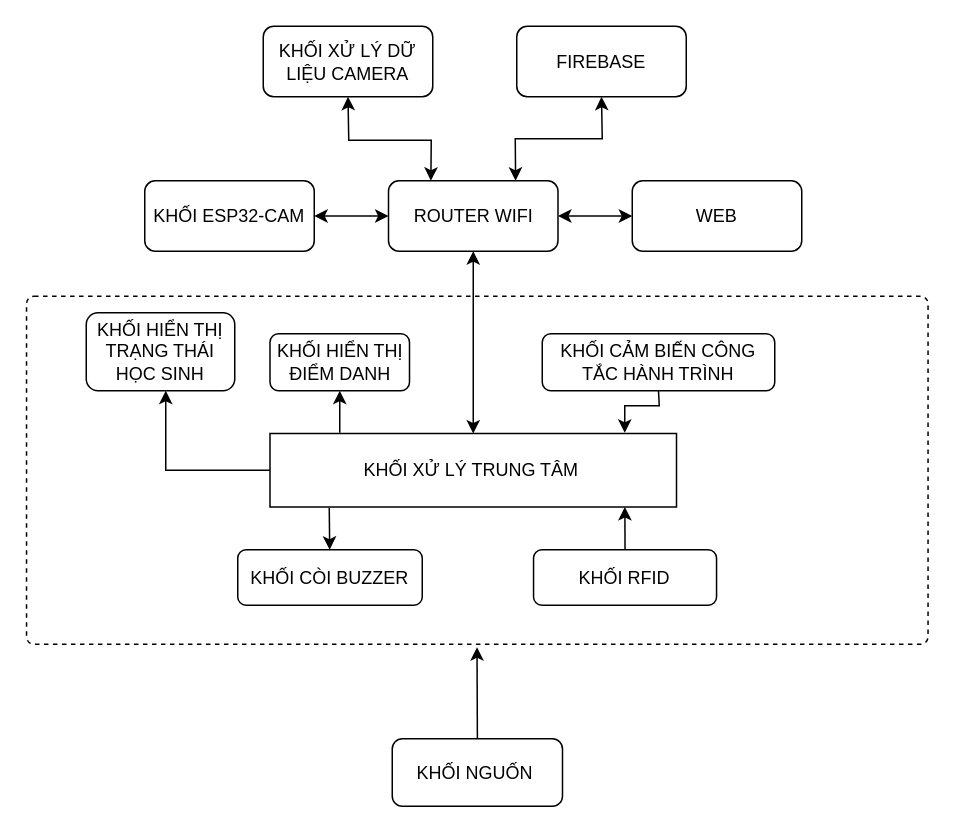
hieuchuai123/DO_AN_TOT_NGHIEP keeps this draw.io diagram as SĐK.drawio. Above is the earlier version. Source tidied: cells renumbered, new cells numbered last; positions are measured from the earlier drawing's top-left corner, leaving out a move shared by most shapes. Both pictures are drawn from the tidied source at 150%, with x=0, y=0 at pixel (26, 26).
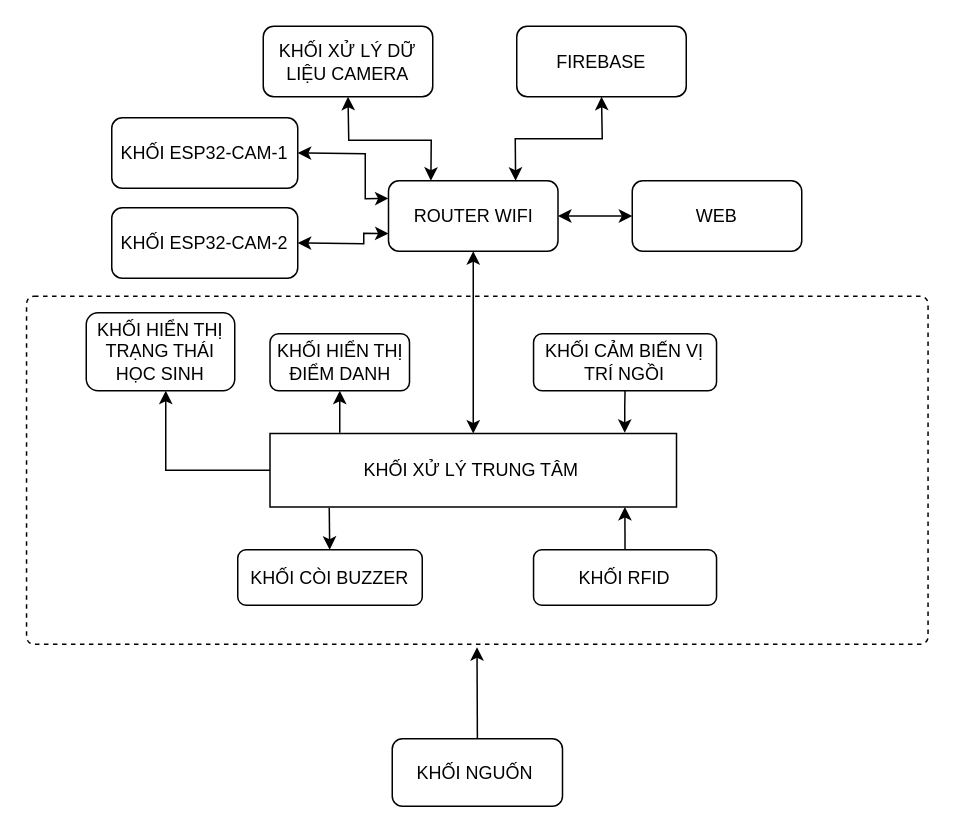
The same page after the edit.

The change refers to these unchanged cells:
```xml
<mxCell id="14" value="ROUTER WIFI" style="rounded=1;whiteSpace=wrap;html=1;" parent="1" vertex="1">
  <mxGeometry x="241.5" y="103" width="113" height="47" as="geometry" />
</mxCell>
```

Change to the diagram source:
```diff
@@
-    <mxCell id="18" value="KHỐI ESP32-CAM" style="rounded=1;whiteSpace=wrap;html=1;" parent="1" vertex="1">
-      <mxGeometry x="79" y="103" width="113" height="47" as="geometry" />
+    <mxCell id="18" value="KHỐI ESP32-CAM-1" style="rounded=1;whiteSpace=wrap;html=1;" parent="1" vertex="1">
+      <mxGeometry x="57" y="61" width="124" height="47" as="geometry" />
     </mxCell>
-    <mxCell id="19" style="endArrow=classic;startArrow=classic;html=1;rounded=0;entryX=0;entryY=0.5;entryDx=0;entryDy=0;exitX=1;exitY=0.5;exitDx=0;exitDy=0;" parent="1" edge="1" source="18" target="14">
-      <mxGeometry relative="1" as="geometry" />
+    <mxCell id="19" style="endArrow=classic;startArrow=classic;html=1;rounded=0;entryX=0;entryY=0.25;entryDx=0;entryDy=0;exitX=1;exitY=0.5;exitDx=0;exitDy=0;" parent="1" edge="1" source="18" target="14">
+      <mxGeometry relative="1" as="geometry">
+        <Array as="points">
+          <mxPoint x="226" y="85" />
+          <mxPoint x="226" y="115" />
+        </Array>
+      </mxGeometry>
     </mxCell>
@@
-    <mxCell id="22" value="KHỐI CẢM BIẾN CÔNG TẮC HÀNH TRÌNH" style="rounded=1;whiteSpace=wrap;html=1;" parent="1" vertex="1">
-      <mxGeometry x="344" y="205" width="155" height="38" as="geometry" />
+    <mxCell id="22" value="KHỐI CẢM BIẾN VỊ TRÍ NGỒI" style="rounded=1;whiteSpace=wrap;html=1;" parent="1" vertex="1">
+      <mxGeometry x="338.2" y="205" width="122" height="38" as="geometry" />
     </mxCell>
     <mxCell id="23" style="endArrow=classic;html=1;rounded=0;entryX=0.5;entryY=1;entryDx=0;entryDy=0;exitX=0.5;exitY=1;exitDx=0;exitDy=0;" parent="1" edge="1" source="22">
       <mxGeometry relative="1" as="geometry">
         <mxPoint x="399" y="271" as="targetPoint" />
         <Array as="points">
-          <mxPoint x="422" y="253" />
           <mxPoint x="399" y="253" />
         </Array>
       </mxGeometry>
     </mxCell>
@@
+    <mxCell id="27" value="KHỐI ESP32-CAM-2" style="rounded=1;whiteSpace=wrap;html=1;" parent="1" vertex="1">
+      <mxGeometry x="57" y="121" width="124" height="47" as="geometry" />
+    </mxCell>
+    <mxCell id="28" style="endArrow=classic;startArrow=classic;html=1;rounded=0;exitX=0;exitY=0.75;exitDx=0;exitDy=0;entryX=1;entryY=0.5;entryDx=0;entryDy=0;" parent="1" edge="1" source="14" target="27">
+      <mxGeometry relative="1" as="geometry">
+        <Array as="points">
+          <mxPoint x="225" y="138" />
+          <mxPoint x="225" y="145" />
+        </Array>
+      </mxGeometry>
+    </mxCell>
```
